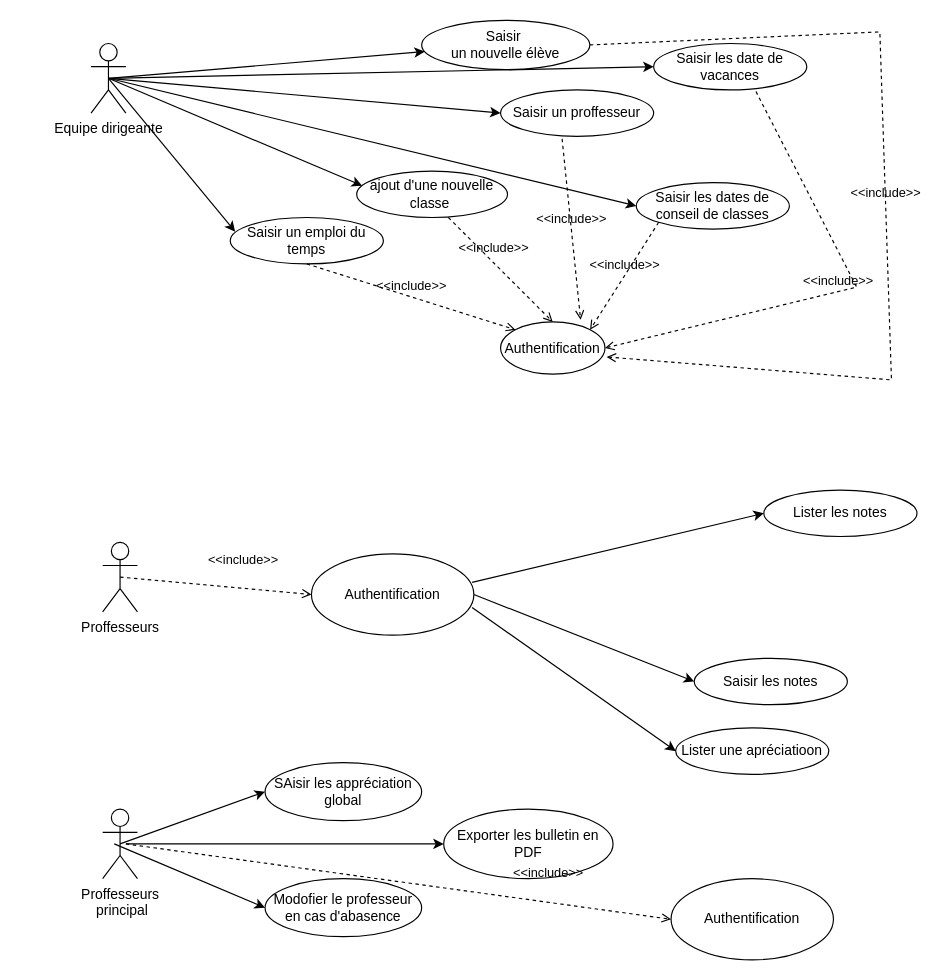
ssdfred/conception-uml keeps this draw.io diagram as Diagramme sans nom.drawio. Above is the earlier version. Source tidied: cells renumbered, new cells numbered last; positions are measured from the earlier drawing's top-left corner, leaving out a move shared by most shapes. Both pictures are drawn from the tidied source at 116%, with x=0, y=0 at pixel (90, 20).
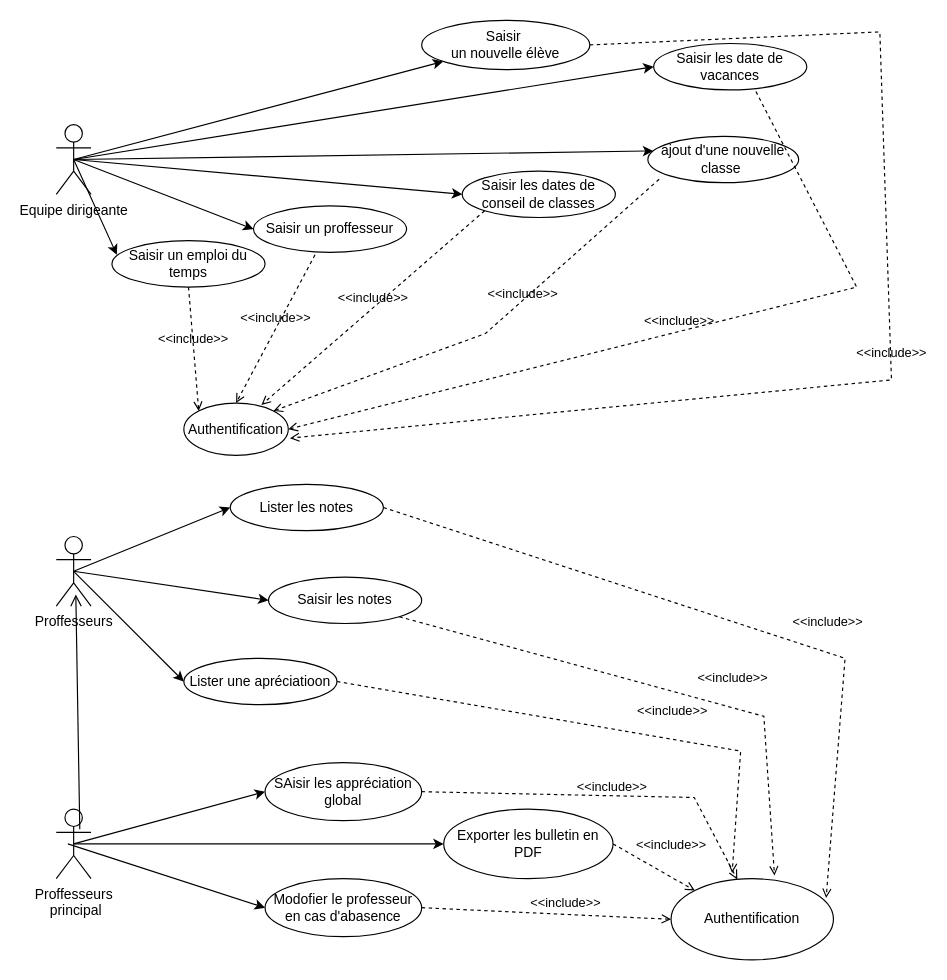
After the change.

Commit message:
Mettre à jour Diagramme sans nom.drawio

The change refers to these unchanged cells:
```xml
<mxCell id="23" value="&lt;div style=&quot;text-align: center;&quot;&gt;&lt;span style=&quot;text-align: start; background-color: initial;&quot;&gt;SAisir les appréciation global&lt;/span&gt;&lt;span style=&quot;color: rgba(0, 0, 0, 0); font-family: monospace; font-size: 0px; text-align: start; text-wrap: nowrap; background-color: initial;&quot;&gt;3CmxGraphModel%3E%3Croot%3E%3CmxCell%20id%3D%220%22%2F%3E%3CmxCell%20id%3D%221%22%20parent%3D%220%22%2F%3E%3CmxCell%20id%3D%222%22%20value%3D%22Lister%20les%20notes%22%20style%3D%22ellipse%3Bhtml%3D1%3BwhiteSpace%3Dwrap%3B%22%20vertex%3D%221%22%20parent%3D%221%22%3E%3CmxGeometry%20x%3D%22282%22%20y%3D%22440%22%20width%3D%22132%22%20height%3D%2240%22%20as%3D%22geometry%22%2F%3E%3C%2FmxCell%3E%3C%2Froot%3E%3C%2FmxGr&lt;/span&gt;&lt;/div&gt;" style="ellipse;html=1;whiteSpace=wrap;" parent="1" vertex="1">
  <mxGeometry x="150" y="640" width="135" height="50" as="geometry" />
</mxCell>
<mxCell id="24" value="Modofier le professeur en cas d'abasence" style="ellipse;html=1;whiteSpace=wrap;" parent="1" vertex="1">
  <mxGeometry x="150" y="740" width="135" height="50" as="geometry" />
</mxCell>
<mxCell id="27" value="Exporter les bulletin en PDF" style="ellipse;html=1;whiteSpace=wrap;" parent="1" vertex="1">
  <mxGeometry x="304" y="680" width="146" height="60" as="geometry" />
</mxCell>
<mxCell id="32" value="Authentification" style="ellipse;whiteSpace=wrap;html=1;" parent="1" vertex="1">
  <mxGeometry x="500" y="740" width="140" height="70" as="geometry" />
</mxCell>
```

Change to the diagram source:
```diff
@@
     <mxCell id="2" value="Equipe dirigeante&lt;div&gt;&lt;br&gt;&lt;/div&gt;" style="shape=umlActor;verticalLabelPosition=bottom;verticalAlign=top;html=1;" parent="1" vertex="1">
-      <mxGeometry y="20" width="30" height="60" as="geometry" />
+      <mxGeometry x="-30" y="90" width="30" height="60" as="geometry" />
     </mxCell>
@@
     <mxCell id="5" value="Saisir un proffesseur" style="ellipse;html=1;whiteSpace=wrap;" parent="1" vertex="1">
-      <mxGeometry x="353" y="60" width="132" height="40" as="geometry" />
+      <mxGeometry x="140" y="160" width="132" height="40" as="geometry" />
     </mxCell>
     <mxCell id="6" value="ajout d'une nouvelle classe&amp;nbsp;" style="ellipse;html=1;whiteSpace=wrap;" parent="1" vertex="1">
-      <mxGeometry x="229" y="130" width="130" height="40" as="geometry" />
+      <mxGeometry x="480" y="100" width="130" height="40" as="geometry" />
     </mxCell>
     <mxCell id="7" value="Saisir un emploi du temps" style="ellipse;html=1;whiteSpace=wrap;" parent="1" vertex="1">
-      <mxGeometry x="120" y="170" width="132" height="40" as="geometry" />
+      <mxGeometry x="18" y="190" width="132" height="40" as="geometry" />
     </mxCell>
@@
     <mxCell id="12" value="&lt;div&gt;Proffesseurs&lt;/div&gt;&lt;div&gt;&lt;br&gt;&lt;/div&gt;" style="shape=umlActor;verticalLabelPosition=bottom;verticalAlign=top;html=1;" parent="1" vertex="1">
-      <mxGeometry x="10" y="450" width="30" height="60" as="geometry" />
+      <mxGeometry x="-30" y="445" width="30" height="60" as="geometry" />
     </mxCell>
     <mxCell id="13" value="Lister les notes" style="ellipse;html=1;whiteSpace=wrap;" parent="1" vertex="1">
-      <mxGeometry x="580" y="405" width="132" height="40" as="geometry" />
+      <mxGeometry x="120" y="400" width="132" height="40" as="geometry" />
     </mxCell>
     <mxCell id="14" value="Saisir&amp;nbsp;les notes" style="ellipse;html=1;whiteSpace=wrap;" parent="1" vertex="1">
-      <mxGeometry x="520" y="550" width="132" height="40" as="geometry" />
+      <mxGeometry x="153" y="480" width="132" height="40" as="geometry" />
     </mxCell>
     <mxCell id="15" value="Lister une apréciatioon" style="ellipse;html=1;whiteSpace=wrap;" parent="1" vertex="1">
-      <mxGeometry x="504" y="610" width="132" height="40" as="geometry" />
+      <mxGeometry x="80" y="550" width="132" height="40" as="geometry" />
     </mxCell>
@@
     <mxCell id="17" value="Saisir les dates de conseil de classes" style="ellipse;html=1;whiteSpace=wrap;" parent="1" vertex="1">
-      <mxGeometry x="470" y="140" width="132" height="40" as="geometry" />
+      <mxGeometry x="320" y="130" width="132" height="40" as="geometry" />
     </mxCell>
@@
-    <mxCell id="19" style="endArrow=classic;html=1;rounded=0;entryX=0;entryY=0.5;entryDx=0;entryDy=0;exitX=0.989;exitY=0.351;exitDx=0;exitDy=0;exitPerimeter=0;" parent="1" edge="1" source="29" target="13">
+    <mxCell id="19" style="endArrow=classic;html=1;rounded=0;entryX=0;entryY=0.5;entryDx=0;entryDy=0;exitX=0.5;exitY=0.5;exitDx=0;exitDy=0;exitPerimeter=0;" parent="1" edge="1" source="12" target="13">
       <mxGeometry relative="1" as="geometry" />
     </mxCell>
-    <mxCell id="20" style="endArrow=classic;html=1;rounded=0;entryX=0;entryY=0.5;entryDx=0;entryDy=0;exitX=1;exitY=0.5;exitDx=0;exitDy=0;" parent="1" edge="1" source="29" target="14">
+    <mxCell id="20" style="endArrow=classic;html=1;rounded=0;entryX=0;entryY=0.5;entryDx=0;entryDy=0;exitX=0.5;exitY=0.5;exitDx=0;exitDy=0;exitPerimeter=0;" parent="1" edge="1" source="12" target="14">
       <mxGeometry relative="1" as="geometry" />
     </mxCell>
-    <mxCell id="21" style="endArrow=classic;html=1;rounded=0;entryX=0;entryY=0.5;entryDx=0;entryDy=0;exitX=0.989;exitY=0.66;exitDx=0;exitDy=0;exitPerimeter=0;" parent="1" edge="1" source="29" target="15">
+    <mxCell id="21" style="endArrow=classic;html=1;rounded=0;entryX=0;entryY=0.5;entryDx=0;entryDy=0;exitX=0.5;exitY=0.5;exitDx=0;exitDy=0;exitPerimeter=0;" parent="1" edge="1" source="12" target="15">
       <mxGeometry relative="1" as="geometry" />
     </mxCell>
     <mxCell id="22" value="&lt;div&gt;Proffesseurs&lt;/div&gt;&lt;div&gt;&amp;nbsp;principal&lt;/div&gt;" style="shape=umlActor;verticalLabelPosition=bottom;verticalAlign=top;html=1;" parent="1" vertex="1">
-      <mxGeometry x="10" y="680" width="30" height="60" as="geometry" />
+      <mxGeometry x="-30" y="680" width="30" height="60" as="geometry" />
     </mxCell>
@@
-    <mxCell id="28" style="endArrow=classic;html=1;rounded=0;entryX=0;entryY=0.5;entryDx=0;entryDy=0;" parent="1" edge="1" target="27">
-      <mxGeometry relative="1" as="geometry">
-        <mxPoint x="30" y="710" as="sourcePoint" />
-      </mxGeometry>
+    <mxCell id="28" style="endArrow=classic;html=1;rounded=0;entryX=0;entryY=0.5;entryDx=0;entryDy=0;exitX=0.5;exitY=0.5;exitDx=0;exitDy=0;exitPerimeter=0;" parent="1" edge="1" source="22" target="27">
+      <mxGeometry relative="1" as="geometry" />
     </mxCell>
-    <mxCell id="29" value="Authentification" style="ellipse;whiteSpace=wrap;html=1;" parent="1" vertex="1">
-      <mxGeometry x="190" y="460" width="140" height="70" as="geometry" />
-    </mxCell>
-    <mxCell id="30" value="&amp;lt;&amp;lt;include&amp;gt;&amp;gt;" style="html=1;verticalAlign=bottom;labelBackgroundColor=none;endArrow=open;endFill=0;dashed=1;rounded=0;entryX=0;entryY=0.5;entryDx=0;entryDy=0;exitX=0.5;exitY=0.5;exitDx=0;exitDy=0;exitPerimeter=0;" parent="1" edge="1" source="12" target="29">
-      <mxGeometry x="0.27" y="16" relative="1" as="geometry" />
+    <mxCell id="30" value="&amp;lt;&amp;lt;include&amp;gt;&amp;gt;" style="html=1;verticalAlign=bottom;labelBackgroundColor=none;endArrow=open;endFill=0;dashed=1;rounded=0;entryX=0.637;entryY=-0.039;entryDx=0;entryDy=0;exitX=1;exitY=1;exitDx=0;exitDy=0;entryPerimeter=0;" parent="1" edge="1" source="14" target="32">
+      <mxGeometry x="0.27" y="16" relative="1" as="geometry">
+        <Array as="points">
+          <mxPoint x="580" y="600" />
+        </Array>
+      </mxGeometry>
     </mxCell>
-    <mxCell id="31" value="&amp;lt;&amp;lt;include&amp;gt;&amp;gt;" style="html=1;verticalAlign=bottom;labelBackgroundColor=none;endArrow=open;endFill=0;dashed=1;rounded=0;entryX=0;entryY=0.5;entryDx=0;entryDy=0;" parent="1" edge="1" target="32">
-      <mxGeometry x="0.54" y="16" relative="1" as="geometry">
-        <mxPoint x="30" y="710" as="sourcePoint" />
+    <mxCell id="31" value="&amp;lt;&amp;lt;include&amp;gt;&amp;gt;" style="html=1;verticalAlign=bottom;labelBackgroundColor=none;endArrow=open;endFill=0;dashed=1;rounded=0;entryX=0;entryY=0.5;entryDx=0;entryDy=0;exitX=1;exitY=0.5;exitDx=0;exitDy=0;" parent="1" edge="1" source="24" target="32">
+      <mxGeometry x="0.16" y="1" relative="1" as="geometry">
+        <mxPoint x="-1" as="offset" />
       </mxGeometry>
     </mxCell>
@@
     <mxCell id="33" value="Authentification" style="ellipse;whiteSpace=wrap;html=1;" parent="1" vertex="1">
-      <mxGeometry x="353" y="260" width="90" height="45" as="geometry" />
+      <mxGeometry x="80" y="330" width="90" height="45" as="geometry" />
     </mxCell>
@@
-    <mxCell id="36" value="&amp;lt;&amp;lt;include&amp;gt;&amp;gt;" style="html=1;verticalAlign=bottom;labelBackgroundColor=none;endArrow=open;endFill=0;dashed=1;rounded=0;entryX=0.767;entryY=-0.04;entryDx=0;entryDy=0;exitX=0.402;exitY=1.055;exitDx=0;exitDy=0;exitPerimeter=0;entryPerimeter=0;" parent="1" edge="1" source="5" target="33">
+    <mxCell id="36" value="&amp;lt;&amp;lt;include&amp;gt;&amp;gt;" style="html=1;verticalAlign=bottom;labelBackgroundColor=none;endArrow=open;endFill=0;dashed=1;rounded=0;entryX=0.5;entryY=0;entryDx=0;entryDy=0;exitX=0.402;exitY=1.055;exitDx=0;exitDy=0;exitPerimeter=0;" parent="1" edge="1" source="5" target="33">
       <mxGeometry relative="1" as="geometry" />
     </mxCell>
-    <mxCell id="37" value="&amp;lt;&amp;lt;include&amp;gt;&amp;gt;" style="html=1;verticalAlign=bottom;labelBackgroundColor=none;endArrow=open;endFill=0;dashed=1;rounded=0;entryX=1;entryY=0;entryDx=0;entryDy=0;exitX=0;exitY=1;exitDx=0;exitDy=0;" parent="1" edge="1" source="17" target="33">
+    <mxCell id="37" value="&amp;lt;&amp;lt;include&amp;gt;&amp;gt;" style="html=1;verticalAlign=bottom;labelBackgroundColor=none;endArrow=open;endFill=0;dashed=1;rounded=0;entryX=0.743;entryY=0.035;entryDx=0;entryDy=0;exitX=0;exitY=1;exitDx=0;exitDy=0;entryPerimeter=0;" parent="1" edge="1" source="17" target="33">
       <mxGeometry relative="1" as="geometry" />
     </mxCell>
-    <mxCell id="38" value="&amp;lt;&amp;lt;include&amp;gt;&amp;gt;" style="html=1;verticalAlign=bottom;labelBackgroundColor=none;endArrow=open;endFill=0;dashed=1;rounded=0;entryX=0.5;entryY=0;entryDx=0;entryDy=0;exitX=0.5;exitY=1;exitDx=0;exitDy=0;" parent="1" edge="1" target="33">
+    <mxCell id="38" value="&amp;lt;&amp;lt;include&amp;gt;&amp;gt;" style="html=1;verticalAlign=bottom;labelBackgroundColor=none;endArrow=open;endFill=0;dashed=1;rounded=0;entryX=1;entryY=0;entryDx=0;entryDy=0;exitX=0.075;exitY=0.925;exitDx=0;exitDy=0;exitPerimeter=0;" parent="1" edge="1" source="6" target="33">
       <mxGeometry x="-0.19" y="3" relative="1" as="geometry">
-        <mxPoint x="308" y="170" as="sourcePoint" />
+        <Array as="points">
+          <mxPoint x="340" y="270" />
+        </Array>
       </mxGeometry>
     </mxCell>
@@
+    <mxCell id="40" value="&amp;lt;&amp;lt;include&amp;gt;&amp;gt;" style="html=1;verticalAlign=bottom;labelBackgroundColor=none;endArrow=open;endFill=0;dashed=1;rounded=0;exitX=1;exitY=0.5;exitDx=0;exitDy=0;entryX=0.955;entryY=0.239;entryDx=0;entryDy=0;entryPerimeter=0;" parent="1" edge="1" source="13" target="32">
+      <mxGeometry x="0.27" y="16" relative="1" as="geometry">
+        <Array as="points">
+          <mxPoint x="650" y="550" />
+        </Array>
+      </mxGeometry>
+    </mxCell>
+    <mxCell id="41" value="&amp;lt;&amp;lt;include&amp;gt;&amp;gt;" style="html=1;verticalAlign=bottom;labelBackgroundColor=none;endArrow=open;endFill=0;dashed=1;rounded=0;entryX=0.376;entryY=-0.071;entryDx=0;entryDy=0;exitX=1;exitY=0.5;exitDx=0;exitDy=0;entryPerimeter=0;" parent="1" edge="1" source="15" target="32">
+      <mxGeometry x="0.27" y="16" relative="1" as="geometry">
+        <Array as="points">
+          <mxPoint x="560" y="630" />
+        </Array>
+      </mxGeometry>
+    </mxCell>
+    <mxCell id="42" value="&amp;lt;&amp;lt;include&amp;gt;&amp;gt;" style="html=1;verticalAlign=bottom;labelBackgroundColor=none;endArrow=open;endFill=0;dashed=1;rounded=0;entryX=0.408;entryY=0.01;entryDx=0;entryDy=0;exitX=1;exitY=0.5;exitDx=0;exitDy=0;entryPerimeter=0;" parent="1" edge="1" source="23" target="32">
+      <mxGeometry x="0.05" y="-1" relative="1" as="geometry">
+        <Array as="points">
+          <mxPoint x="520" y="670" />
+        </Array>
+        <mxPoint x="-1" as="offset" />
+      </mxGeometry>
+    </mxCell>
+    <mxCell id="43" value="&amp;lt;&amp;lt;include&amp;gt;&amp;gt;" style="html=1;verticalAlign=bottom;labelBackgroundColor=none;endArrow=open;endFill=0;dashed=1;rounded=0;entryX=0;entryY=0;entryDx=0;entryDy=0;exitX=1;exitY=0.5;exitDx=0;exitDy=0;" parent="1" edge="1" source="27" target="32">
+      <mxGeometry x="0.19" y="16" relative="1" as="geometry" />
+    </mxCell>
+    <mxCell id="44" style="endArrow=open;startArrow=none;endFill=0;startFill=0;endSize=8;html=1;verticalAlign=bottom;labelBackgroundColor=none;strokeWidth=1;rounded=0;entryX=0.562;entryY=0.833;entryDx=0;entryDy=0;entryPerimeter=0;exitX=0.676;exitY=0.288;exitDx=0;exitDy=0;exitPerimeter=0;" parent="1" edge="1" source="22" target="12">
+      <mxGeometry relative="1" as="geometry" />
+    </mxCell>
```
